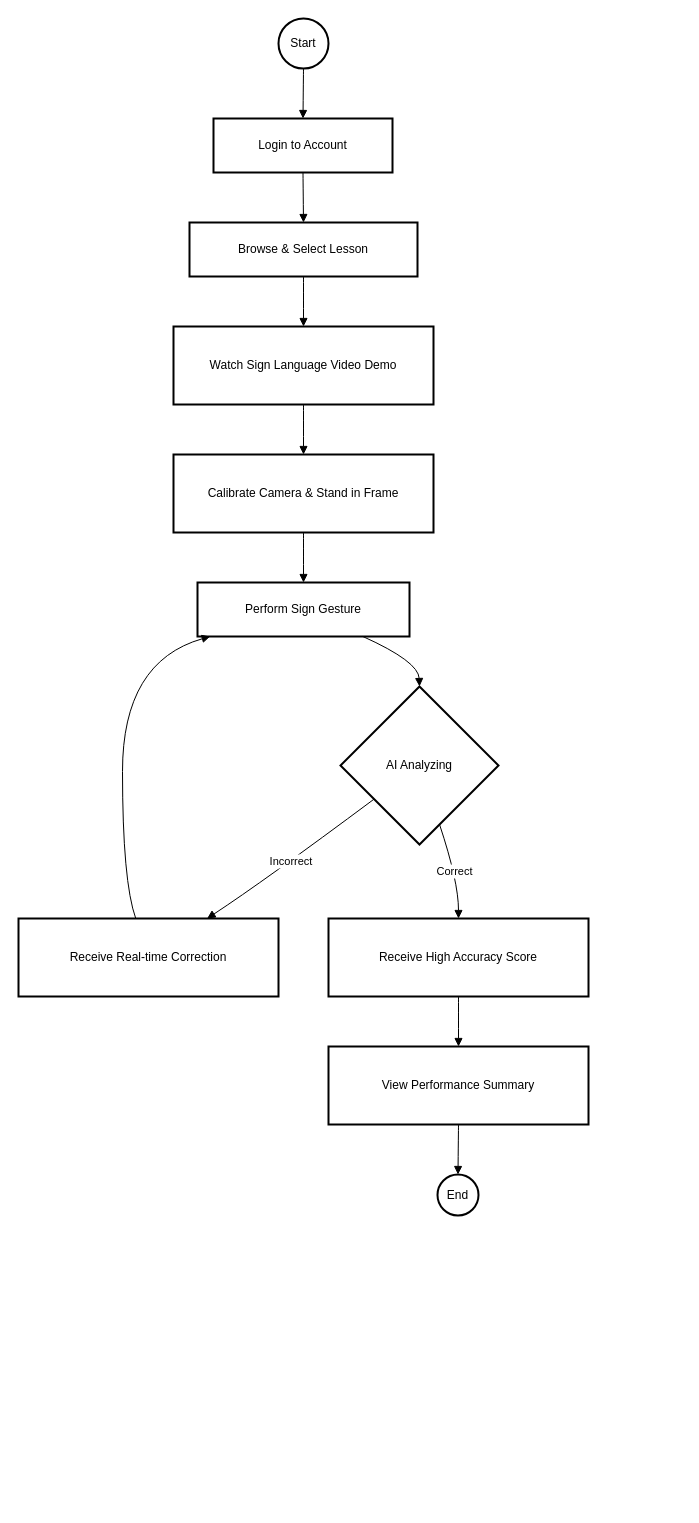
The draw.io diagram docs/UserMainFlow.drawio in CtrlConquerors/AI-ComSign, before the edit. Source tidied: cells renumbered, new cells numbered last; positions are measured from the earlier drawing's top-left corner, leaving out a move shared by most shapes. Both pictures are drawn from the tidied source at 100%, with x=0, y=0 at pixel (18, 18).
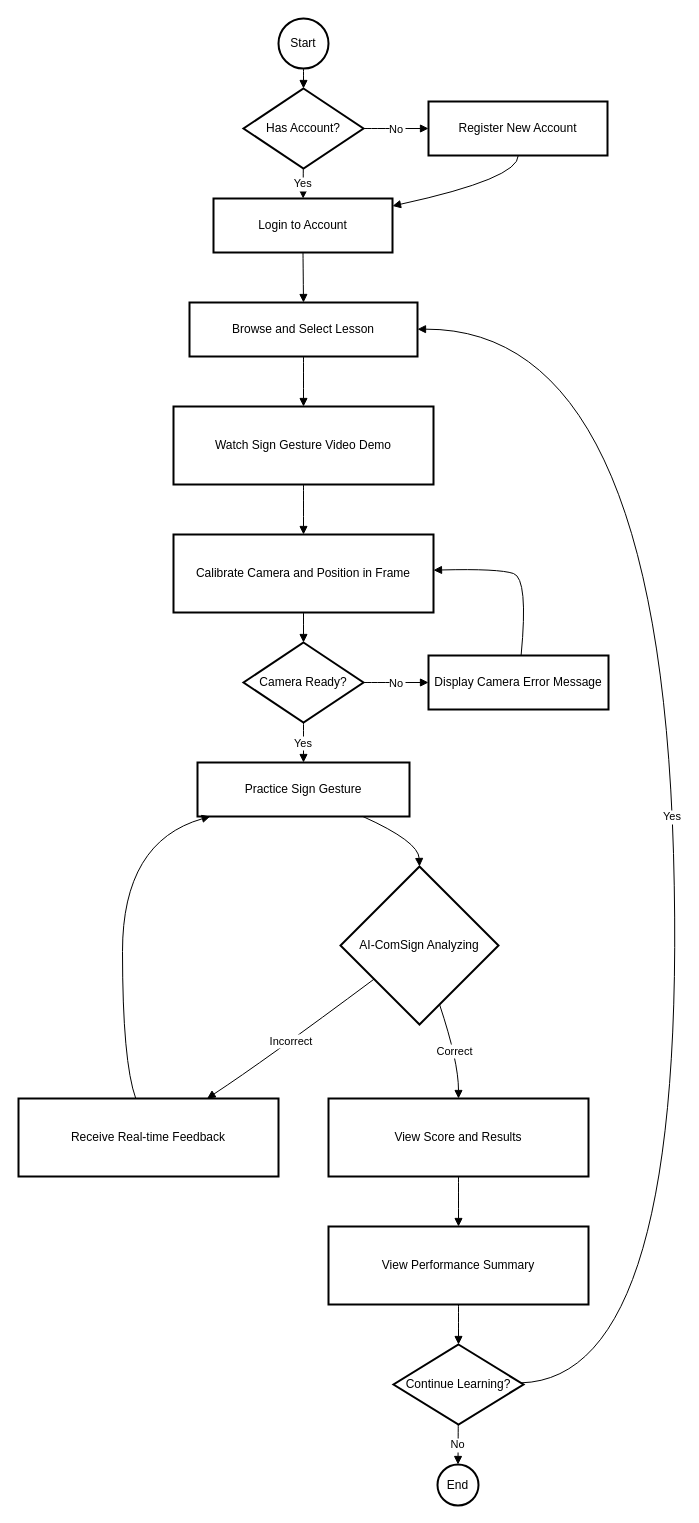
The same page after the edit.

Unchanged cells that the change refers to:
```xml
<mxCell id="2" value="Start" style="ellipse;strokeWidth=2;whiteSpace=wrap;" parent="1" vertex="1">
  <mxGeometry x="260" width="50" height="50" as="geometry" />
</mxCell>
```

What changed in the source:
```diff
@@
+    <mxCell id="24" value="Has Account?" style="rhombus;strokeWidth=2;whiteSpace=wrap;" parent="1" vertex="1">
+      <mxGeometry x="225" y="70" width="120" height="80" as="geometry" />
+    </mxCell>
+    <mxCell id="25" value="Register New Account" style="whiteSpace=wrap;strokeWidth=2;" parent="1" vertex="1">
+      <mxGeometry x="410" y="83" width="179" height="54" as="geometry" />
+    </mxCell>
     <mxCell id="3" value="Login to Account" style="whiteSpace=wrap;strokeWidth=2;" parent="1" vertex="1">
-      <mxGeometry x="195" y="100" width="179" height="54" as="geometry" />
+      <mxGeometry x="195" y="180" width="179" height="54" as="geometry" />
     </mxCell>
+    <mxCell id="26" style="curved=1;startArrow=none;endArrow=block;rounded=0;" parent="1" edge="1" source="2" target="24">
+      <mxGeometry relative="1" as="geometry" />
+    </mxCell>
+    <mxCell id="27" value="Yes" style="curved=1;startArrow=none;endArrow=block;rounded=0;" parent="1" edge="1" source="24" target="3">
+      <mxGeometry relative="1" as="geometry" />
+    </mxCell>
+    <mxCell id="28" value="No" style="curved=1;startArrow=none;endArrow=block;rounded=0;" parent="1" edge="1" source="24" target="25">
+      <mxGeometry relative="1" as="geometry" />
+    </mxCell>
+    <mxCell id="29" style="curved=1;startArrow=none;endArrow=block;rounded=0;" parent="1" edge="1" source="25" target="3">
+      <mxGeometry relative="1" as="geometry">
+        <Array as="points">
+          <mxPoint x="500" y="160" />
+        </Array>
+      </mxGeometry>
+    </mxCell>
-    <mxCell id="4" value="Browse &amp; Select Lesson" style="whiteSpace=wrap;strokeWidth=2;" parent="1" vertex="1">
-      <mxGeometry x="171" y="204" width="228" height="54" as="geometry" />
+    <mxCell id="4" value="Browse and Select Lesson" style="whiteSpace=wrap;strokeWidth=2;" parent="1" vertex="1">
+      <mxGeometry x="171" y="284" width="228" height="54" as="geometry" />
     </mxCell>
-    <mxCell id="5" value="Watch Sign Language Video Demo" style="whiteSpace=wrap;strokeWidth=2;" parent="1" vertex="1">
-      <mxGeometry x="155" y="308" width="260" height="78" as="geometry" />
+    <mxCell id="5" value="Watch Sign Gesture Video Demo" style="whiteSpace=wrap;strokeWidth=2;" parent="1" vertex="1">
+      <mxGeometry x="155" y="388" width="260" height="78" as="geometry" />
     </mxCell>
-    <mxCell id="6" value="Calibrate Camera &amp; Stand in Frame" style="whiteSpace=wrap;strokeWidth=2;" parent="1" vertex="1">
-      <mxGeometry x="155" y="436" width="260" height="78" as="geometry" />
+    <mxCell id="6" value="Calibrate Camera and Position in Frame" style="whiteSpace=wrap;strokeWidth=2;" parent="1" vertex="1">
+      <mxGeometry x="155" y="516" width="260" height="78" as="geometry" />
     </mxCell>
+    <mxCell id="30" value="Camera Ready?" style="rhombus;strokeWidth=2;whiteSpace=wrap;" parent="1" vertex="1">
+      <mxGeometry x="225" y="624" width="120" height="80" as="geometry" />
+    </mxCell>
+    <mxCell id="31" value="Display Camera Error Message" style="whiteSpace=wrap;strokeWidth=2;" parent="1" vertex="1">
+      <mxGeometry x="410" y="637" width="180" height="54" as="geometry" />
+    </mxCell>
+    <mxCell id="32" style="curved=1;startArrow=none;endArrow=block;rounded=0;" parent="1" edge="1" source="6" target="30">
+      <mxGeometry relative="1" as="geometry" />
+    </mxCell>
+    <mxCell id="33" value="No" style="curved=1;startArrow=none;endArrow=block;rounded=0;" parent="1" edge="1" source="30" target="31">
+      <mxGeometry relative="1" as="geometry" />
+    </mxCell>
+    <mxCell id="34" style="curved=1;startArrow=none;endArrow=block;rounded=0;" parent="1" edge="1" source="31" target="6">
+      <mxGeometry relative="1" as="geometry">
+        <Array as="points">
+          <mxPoint x="510" y="560" />
+          <mxPoint x="480" y="550" />
+        </Array>
+      </mxGeometry>
+    </mxCell>
-    <mxCell id="7" value="Perform Sign Gesture" style="whiteSpace=wrap;strokeWidth=2;" parent="1" vertex="1">
-      <mxGeometry x="179" y="564" width="212" height="54" as="geometry" />
+    <mxCell id="7" value="Practice Sign Gesture" style="whiteSpace=wrap;strokeWidth=2;" parent="1" vertex="1">
+      <mxGeometry x="179" y="744" width="212" height="54" as="geometry" />
     </mxCell>
+    <mxCell id="35" value="Yes" style="curved=1;startArrow=none;endArrow=block;rounded=0;" parent="1" edge="1" source="30" target="7">
+      <mxGeometry relative="1" as="geometry" />
+    </mxCell>
-    <mxCell id="8" value="AI Analyzing" style="rhombus;strokeWidth=2;whiteSpace=wrap;" parent="1" vertex="1">
-      <mxGeometry x="322" y="668" width="158" height="158" as="geometry" />
+    <mxCell id="8" value="AI-ComSign Analyzing" style="rhombus;strokeWidth=2;whiteSpace=wrap;" parent="1" vertex="1">
+      <mxGeometry x="322" y="848" width="158" height="158" as="geometry" />
     </mxCell>
-    <mxCell id="9" value="Receive Real-time Correction" style="whiteSpace=wrap;strokeWidth=2;" parent="1" vertex="1">
-      <mxGeometry y="900" width="260" height="78" as="geometry" />
+    <mxCell id="9" value="Receive Real-time Feedback" style="whiteSpace=wrap;strokeWidth=2;" parent="1" vertex="1">
+      <mxGeometry y="1080" width="260" height="78" as="geometry" />
     </mxCell>
-    <mxCell id="10" value="Receive High Accuracy Score" style="whiteSpace=wrap;strokeWidth=2;" parent="1" vertex="1">
-      <mxGeometry x="310" y="900" width="260" height="78" as="geometry" />
+    <mxCell id="10" value="View Score and Results" style="whiteSpace=wrap;strokeWidth=2;" parent="1" vertex="1">
+      <mxGeometry x="310" y="1080" width="260" height="78" as="geometry" />
     </mxCell>
     <mxCell id="11" value="View Performance Summary" style="whiteSpace=wrap;strokeWidth=2;" parent="1" vertex="1">
-      <mxGeometry x="310" y="1028" width="260" height="78" as="geometry" />
+      <mxGeometry x="310" y="1208" width="260" height="78" as="geometry" />
     </mxCell>
+    <mxCell id="36" value="Continue Learning?" style="rhombus;strokeWidth=2;whiteSpace=wrap;" parent="1" vertex="1">
+      <mxGeometry x="375" y="1326" width="130" height="80" as="geometry" />
+    </mxCell>
+    <mxCell id="37" style="curved=1;startArrow=none;endArrow=block;rounded=0;" parent="1" edge="1" source="11" target="36">
+      <mxGeometry relative="1" as="geometry" />
+    </mxCell>
+    <mxCell id="38" value="Yes" style="curved=1;startArrow=none;endArrow=block;rounded=0;" parent="1" edge="1" source="36" target="4">
+      <mxGeometry relative="1" as="geometry">
+        <Array as="points">
+          <mxPoint x="670" y="1360" />
+          <mxPoint x="640" y="310" />
+        </Array>
+      </mxGeometry>
+    </mxCell>
     <mxCell id="12" value="End" style="ellipse;strokeWidth=2;whiteSpace=wrap;" parent="1" vertex="1">
-      <mxGeometry x="419" y="1156" width="41" height="41" as="geometry" />
+      <mxGeometry x="419" y="1446" width="41" height="41" as="geometry" />
     </mxCell>
-    <mxCell id="13" style="curved=1;startArrow=none;endArrow=block;exitX=0.5;exitY=1;entryX=0.5;entryY=0;rounded=0;" parent="1" edge="1" source="2" target="3">
-      <mxGeometry relative="1" as="geometry" />
-    </mxCell>
+    <mxCell id="39" value="No" style="curved=1;startArrow=none;endArrow=block;rounded=0;" parent="1" edge="1" source="36" target="12">
+      <mxGeometry relative="1" as="geometry" />
+    </mxCell>
@@
-    <mxCell id="17" style="curved=1;startArrow=none;endArrow=block;exitX=0.5;exitY=1;entryX=0.5;entryY=0;rounded=0;" parent="1" edge="1" source="6" target="7">
-      <mxGeometry relative="1" as="geometry" />
-    </mxCell>
     <mxCell id="18" style="curved=1;startArrow=none;endArrow=block;exitX=0.78;exitY=1;entryX=0.5;entryY=0;rounded=0;" parent="1" edge="1" source="7" target="8">
       <mxGeometry relative="1" as="geometry">
         <Array as="points">
-          <mxPoint x="400" y="643" />
+          <mxPoint x="400" y="823" />
         </Array>
       </mxGeometry>
     </mxCell>
     <mxCell id="19" value="Incorrect" style="curved=1;startArrow=none;endArrow=block;exitX=0;exitY=0.87;entryX=0.73;entryY=-0.01;rounded=0;" parent="1" edge="1" source="8" target="9">
       <mxGeometry relative="1" as="geometry">
         <Array as="points">
-          <mxPoint x="245" y="863" />
+          <mxPoint x="245" y="1043" />
         </Array>
       </mxGeometry>
     </mxCell>
     <mxCell id="20" style="curved=1;startArrow=none;endArrow=block;exitX=0.45;exitY=-0.01;entryX=0.06;entryY=1;rounded=0;" parent="1" edge="1" source="9" target="7">
       <mxGeometry relative="1" as="geometry">
         <Array as="points">
-          <mxPoint x="104" y="863" />
-          <mxPoint x="104" y="643" />
+          <mxPoint x="104" y="1043" />
+          <mxPoint x="104" y="823" />
         </Array>
       </mxGeometry>
     </mxCell>
     <mxCell id="21" value="Correct" style="curved=1;startArrow=none;endArrow=block;exitX=0.67;exitY=1;entryX=0.5;entryY=-0.01;rounded=0;" parent="1" edge="1" source="8" target="10">
       <mxGeometry relative="1" as="geometry">
         <Array as="points">
-          <mxPoint x="440" y="863" />
+          <mxPoint x="440" y="1043" />
         </Array>
       </mxGeometry>
     </mxCell>
@@
-    <mxCell id="23" style="curved=1;startArrow=none;endArrow=block;exitX=0.5;exitY=0.99;entryX=0.51;entryY=-0.01;rounded=0;" parent="1" edge="1" source="11" target="12">
-      <mxGeometry relative="1" as="geometry" />
-    </mxCell>
```
